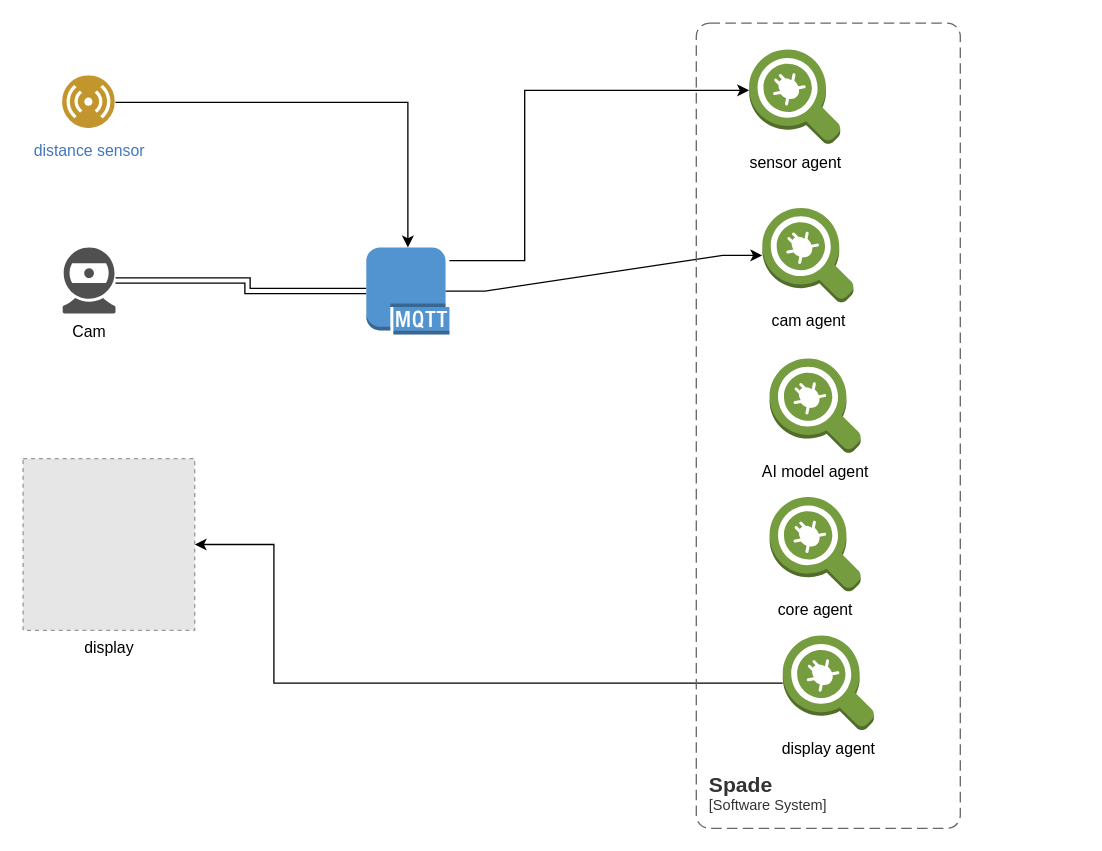
The draw.io diagram indoormedia.drawio in Summorox/Indoor-Media-Advertisements-through-Facial-Recognition-, before the edit. Source tidied: cells renumbered, new cells numbered last; positions are measured from the earlier drawing's top-left corner, leaving out a move shared by most shapes. Both pictures are drawn from the tidied source at 132%, with x=0, y=0 at pixel (22, 22). Pictures stored in the file or linked from it are replaced by grey dashed boxes.
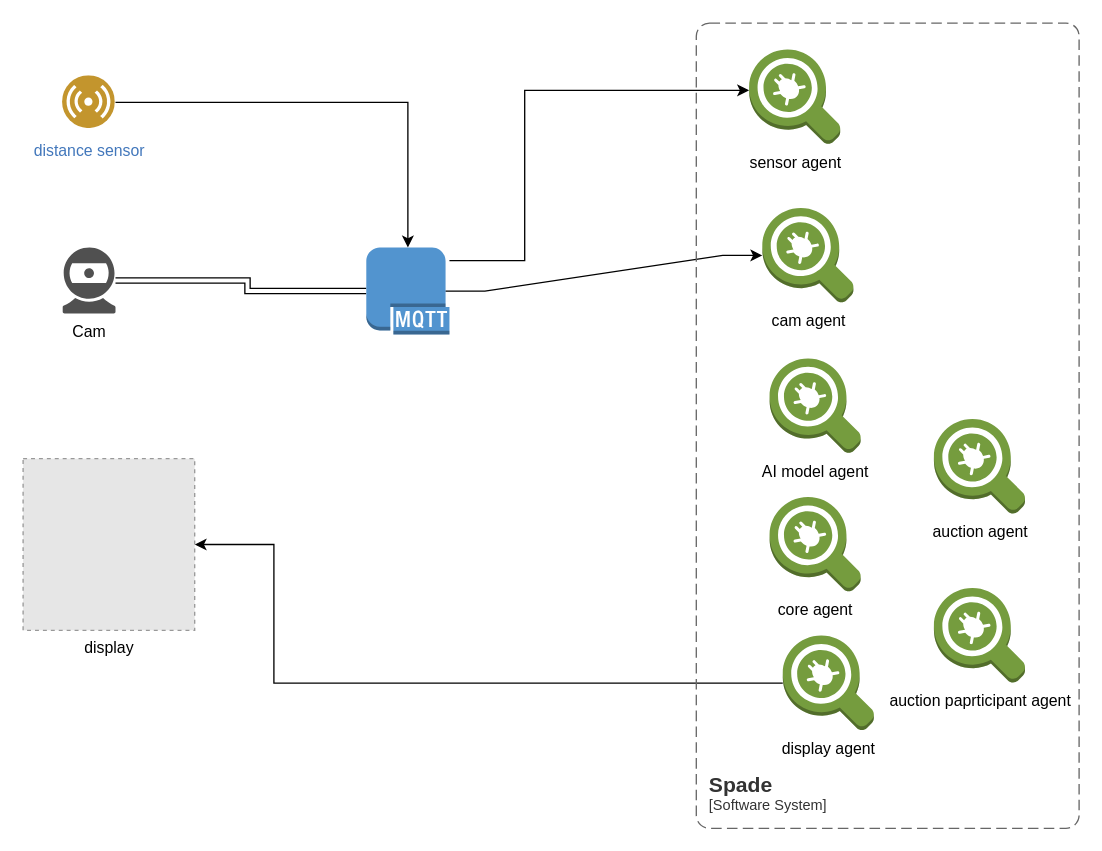
After the change.

Commit message (it also covers changes not shown here):
Update the architecture and sequence diagrams

The edit, as a diff of the source:
```diff
@@
     <object id="13" label="&lt;font style=&quot;font-size: 16px&quot;&gt;&lt;b&gt;&lt;div style=&quot;text-align: left&quot;&gt;%c4Name%&lt;/div&gt;&lt;/b&gt;&lt;/font&gt;&lt;div style=&quot;text-align: left&quot;&gt;[%c4Application%]&lt;/div&gt;" c4Application="Software System" c4Name="Spade" placeholders="1">
       <mxCell style="rounded=1;fontSize=11;whiteSpace=wrap;html=1;dashed=1;arcSize=20;fillColor=none;strokeColor=#666666;fontColor=#333333;labelBackgroundColor=none;align=left;verticalAlign=bottom;labelBorderColor=none;spacingTop=0;spacing=10;dashPattern=8 4;perimeter=rectanglePerimeter;noLabel=0;labelPadding=0;absoluteArcSize=1;" parent="1" vertex="1">
-        <mxGeometry x="510" width="200" height="610" as="geometry" />
+        <mxGeometry x="510" width="290" height="610" as="geometry" />
       </mxCell>
     </object>
@@
+    <mxCell id="17" value="auction agent" style="dashed=0;verticalLabelPosition=bottom;verticalAlign=top;align=center;html=1;shape=mxgraph.aws3.agent;fillColor=#759C3E;gradientColor=none;" parent="1" vertex="1">
+      <mxGeometry x="690" y="300" width="69" height="72" as="geometry" />
+    </mxCell>
+    <mxCell id="18" value="auction paprticipant agent" style="dashed=0;verticalLabelPosition=bottom;verticalAlign=top;align=center;html=1;shape=mxgraph.aws3.agent;fillColor=#759C3E;gradientColor=none;" parent="1" vertex="1">
+      <mxGeometry x="690" y="428" width="69" height="72" as="geometry" />
+    </mxCell>
```
